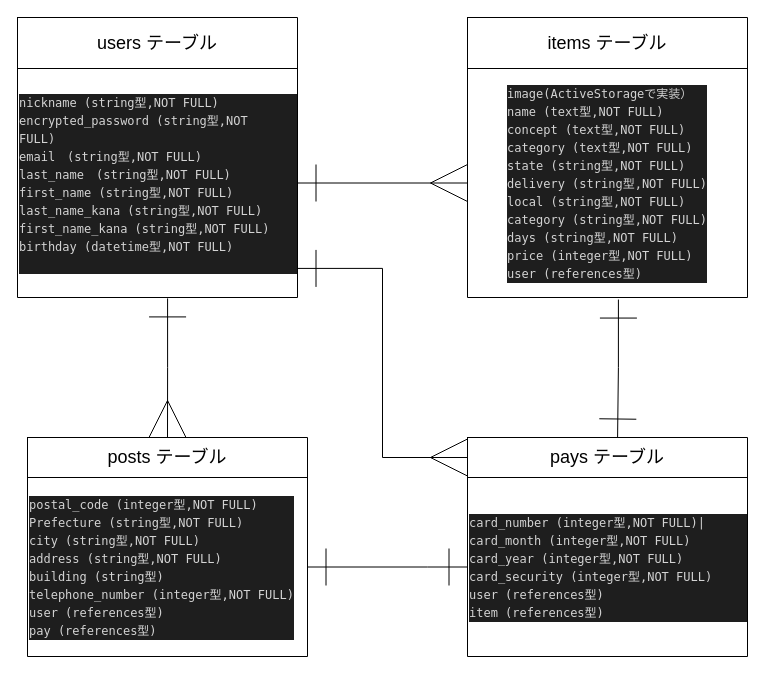
Earlier version of the draw.io diagram er.dio (pararan765/furima-36408). Source tidied: cells renumbered, new cells numbered last; positions are measured from the earlier drawing's top-left corner, leaving out a move shared by most shapes. Both pictures are drawn from the tidied source at 100%, with x=0, y=0 at pixel (17, 17).
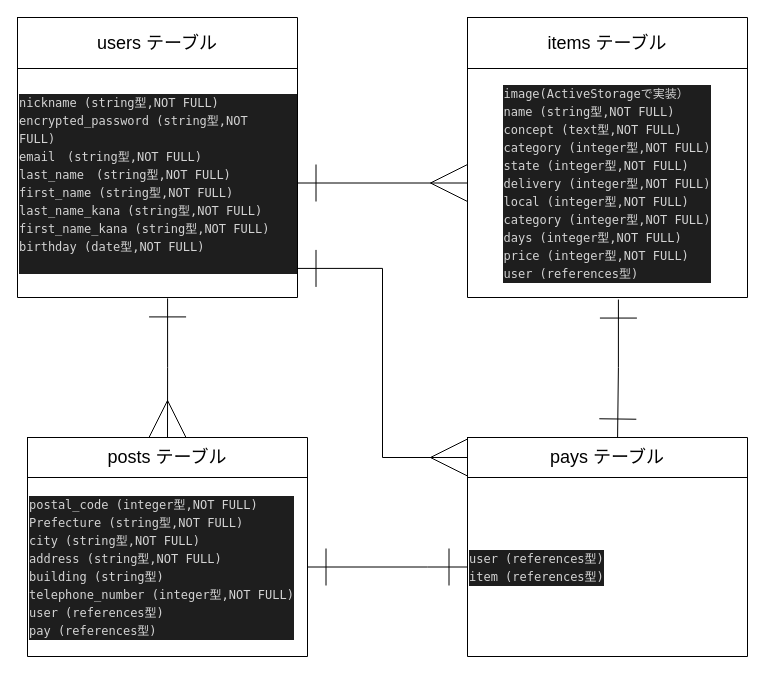
The same page after the edit.

Unchanged cells that the change refers to:
```xml
<mxCell id="5" style="shape=partialRectangle;fillColor=none;top=0;left=0;bottom=0;right=0;points=[[0,0.5],[1,0.5]];portConstraint=eastwest;" parent="2" vertex="1">
  <mxGeometry y="51" width="280" height="229" as="geometry" />
</mxCell>
<mxCell id="10" style="shape=partialRectangle;fillColor=none;top=0;left=0;bottom=0;right=0;points=[[0,0.5],[1,0.5]];portConstraint=eastwest;" parent="7" vertex="1">
  <mxGeometry y="51" width="280" height="229" as="geometry" />
</mxCell>
<mxCell id="15" style="shape=partialRectangle;fillColor=none;top=0;left=0;bottom=0;right=0;points=[[0,0.5],[1,0.5]];portConstraint=eastwest;" parent="12" vertex="1">
  <mxGeometry y="40" width="280" height="179" as="geometry" />
</mxCell>
```

The edit, as a diff of the source:
```diff
@@
-    <mxCell id="6" value="&lt;div style=&quot;color: rgb(212 , 212 , 212) ; background-color: rgb(30 , 30 , 30) ; font-family: &amp;#34;menlo&amp;#34; , &amp;#34;monaco&amp;#34; , &amp;#34;courier new&amp;#34; , monospace ; line-height: 18px&quot;&gt;&lt;div&gt;nickname (string型,NOT FULL)&lt;/div&gt;&lt;div&gt;encrypted_password (string型,NOT FULL)&amp;nbsp;&lt;/div&gt;&lt;div&gt;email　(string型,NOT FULL)&amp;nbsp;&lt;/div&gt;&lt;div&gt;last_name　(string型,NOT FULL)&lt;/div&gt;&lt;div&gt;first_name (string型,NOT FULL)&lt;/div&gt;&lt;div&gt;last_name_kana (string型,NOT FULL)&lt;/div&gt;&lt;div&gt;first_name_kana (string型,NOT FULL)&lt;/div&gt;&lt;div&gt;birthday (&lt;span style=&quot;font-family: &amp;#34;menlo&amp;#34; , &amp;#34;monaco&amp;#34; , &amp;#34;courier new&amp;#34; , monospace&quot;&gt;datetime&lt;/span&gt;型,NOT FULL)&lt;br&gt;&lt;/div&gt;&lt;br&gt;&lt;/div&gt;" style="shape=partialRectangle;html=1;whiteSpace=wrap;overflow=hidden;fillColor=none;top=0;left=0;bottom=0;right=0;align=left;" parent="5" vertex="1">
+    <mxCell id="6" value="&lt;div style=&quot;color: rgb(212 , 212 , 212) ; background-color: rgb(30 , 30 , 30) ; font-family: &amp;#34;menlo&amp;#34; , &amp;#34;monaco&amp;#34; , &amp;#34;courier new&amp;#34; , monospace ; line-height: 18px&quot;&gt;&lt;div&gt;nickname (string型,NOT FULL)&lt;/div&gt;&lt;div&gt;encrypted_password (string型,NOT FULL)&amp;nbsp;&lt;/div&gt;&lt;div&gt;email　(string型,NOT FULL)&amp;nbsp;&lt;/div&gt;&lt;div&gt;last_name　(string型,NOT FULL)&lt;/div&gt;&lt;div&gt;first_name (string型,NOT FULL)&lt;/div&gt;&lt;div&gt;last_name_kana (string型,NOT FULL)&lt;/div&gt;&lt;div&gt;first_name_kana (string型,NOT FULL)&lt;/div&gt;&lt;div&gt;birthday (&lt;span style=&quot;font-family: &amp;#34;menlo&amp;#34; , &amp;#34;monaco&amp;#34; , &amp;#34;courier new&amp;#34; , monospace&quot;&gt;date&lt;/span&gt;型,NOT FULL)&lt;br&gt;&lt;/div&gt;&lt;br&gt;&lt;/div&gt;" style="shape=partialRectangle;html=1;whiteSpace=wrap;overflow=hidden;fillColor=none;top=0;left=0;bottom=0;right=0;align=left;" parent="5" vertex="1">
       <mxGeometry width="280" height="229" as="geometry" />
     </mxCell>
@@
-    <mxCell id="11" value="&lt;div style=&quot;color: rgb(212 , 212 , 212) ; background-color: rgb(30 , 30 , 30) ; font-family: &amp;#34;menlo&amp;#34; , &amp;#34;monaco&amp;#34; , &amp;#34;courier new&amp;#34; , monospace ; line-height: 18px&quot;&gt;&lt;div style=&quot;font-family: &amp;#34;menlo&amp;#34; , &amp;#34;monaco&amp;#34; , &amp;#34;courier new&amp;#34; , monospace ; line-height: 18px&quot;&gt;&lt;div style=&quot;font-family: &amp;#34;menlo&amp;#34; , &amp;#34;monaco&amp;#34; , &amp;#34;courier new&amp;#34; , monospace ; line-height: 18px&quot;&gt;&lt;div style=&quot;text-align: left&quot;&gt;image(ActiveStorageで実装）&lt;/div&gt;&lt;div style=&quot;text-align: left&quot;&gt;name (text型,NOT FULL)&lt;/div&gt;&lt;div style=&quot;text-align: left&quot;&gt;concept (text型,NOT FULL)&lt;/div&gt;&lt;div style=&quot;text-align: left&quot;&gt;category (text型,NOT FULL)&lt;/div&gt;&lt;div style=&quot;text-align: left&quot;&gt;state (string型,NOT FULL)&lt;/div&gt;&lt;div style=&quot;text-align: left&quot;&gt;delivery (string型,NOT FULL)&lt;/div&gt;&lt;div style=&quot;text-align: left&quot;&gt;local (string型,NOT FULL)&lt;/div&gt;&lt;div style=&quot;text-align: left&quot;&gt;category (string型,NOT FULL)&lt;/div&gt;&lt;div style=&quot;text-align: left&quot;&gt;days (string型,NOT FULL)&lt;/div&gt;&lt;div style=&quot;text-align: left&quot;&gt;price (integer型,NOT FULL)&lt;/div&gt;&lt;div style=&quot;text-align: left&quot;&gt;user (references型)&lt;br&gt;&lt;/div&gt;&lt;/div&gt;&lt;/div&gt;&lt;/div&gt;" style="shape=partialRectangle;html=1;whiteSpace=wrap;overflow=hidden;fillColor=none;top=0;left=0;bottom=0;right=0;" parent="10" vertex="1">
+    <mxCell id="11" value="&lt;div style=&quot;color: rgb(212 , 212 , 212) ; background-color: rgb(30 , 30 , 30) ; font-family: &amp;#34;menlo&amp;#34; , &amp;#34;monaco&amp;#34; , &amp;#34;courier new&amp;#34; , monospace ; line-height: 18px&quot;&gt;&lt;div style=&quot;font-family: &amp;#34;menlo&amp;#34; , &amp;#34;monaco&amp;#34; , &amp;#34;courier new&amp;#34; , monospace ; line-height: 18px&quot;&gt;&lt;div style=&quot;font-family: &amp;#34;menlo&amp;#34; , &amp;#34;monaco&amp;#34; , &amp;#34;courier new&amp;#34; , monospace ; line-height: 18px&quot;&gt;&lt;div style=&quot;text-align: left&quot;&gt;image(ActiveStorageで実装）&lt;/div&gt;&lt;div style=&quot;text-align: left&quot;&gt;name (string型,NOT FULL)&lt;/div&gt;&lt;div style=&quot;text-align: left&quot;&gt;concept (text型,NOT FULL)&lt;/div&gt;&lt;div style=&quot;text-align: left&quot;&gt;category (integer型,NOT FULL)&lt;/div&gt;&lt;div style=&quot;text-align: left&quot;&gt;state (integer型,NOT FULL)&lt;/div&gt;&lt;div style=&quot;text-align: left&quot;&gt;delivery (integer型,NOT FULL)&lt;/div&gt;&lt;div style=&quot;text-align: left&quot;&gt;local (integer型,NOT FULL)&lt;/div&gt;&lt;div style=&quot;text-align: left&quot;&gt;category (integer型,NOT FULL)&lt;/div&gt;&lt;div style=&quot;text-align: left&quot;&gt;days (integer型,NOT FULL)&lt;/div&gt;&lt;div style=&quot;text-align: left&quot;&gt;price (integer型,NOT FULL)&lt;/div&gt;&lt;div style=&quot;text-align: left&quot;&gt;user (references型)&lt;br&gt;&lt;/div&gt;&lt;/div&gt;&lt;/div&gt;&lt;/div&gt;" style="shape=partialRectangle;html=1;whiteSpace=wrap;overflow=hidden;fillColor=none;top=0;left=0;bottom=0;right=0;" parent="10" vertex="1">
       <mxGeometry width="280" height="229" as="geometry" />
     </mxCell>
@@
-    <mxCell id="16" value="&lt;div style=&quot;color: rgb(212 , 212 , 212) ; background-color: rgb(30 , 30 , 30) ; font-family: &amp;#34;menlo&amp;#34; , &amp;#34;monaco&amp;#34; , &amp;#34;courier new&amp;#34; , monospace ; line-height: 18px&quot;&gt;&lt;div style=&quot;font-family: &amp;#34;menlo&amp;#34; , &amp;#34;monaco&amp;#34; , &amp;#34;courier new&amp;#34; , monospace ; line-height: 18px&quot;&gt;&lt;div&gt;card_number (integer型,NOT FULL)| card_month (integer型,NOT FULL)&lt;/div&gt;&lt;div&gt;card_year (integer型,NOT FULL)&lt;/div&gt;&lt;div&gt;card_security (integer型,NOT FULL)&lt;/div&gt;&lt;div&gt;user (references型)&lt;/div&gt;&lt;div&gt;item (references型)&lt;/div&gt;&lt;/div&gt;&lt;/div&gt;" style="shape=partialRectangle;html=1;whiteSpace=wrap;overflow=hidden;fillColor=none;top=0;left=0;bottom=0;right=0;align=left;" parent="15" vertex="1">
+    <mxCell id="16" value="&lt;div style=&quot;color: rgb(212 , 212 , 212) ; background-color: rgb(30 , 30 , 30) ; font-family: &amp;#34;menlo&amp;#34; , &amp;#34;monaco&amp;#34; , &amp;#34;courier new&amp;#34; , monospace ; line-height: 18px&quot;&gt;&lt;div style=&quot;font-family: &amp;#34;menlo&amp;#34; , &amp;#34;monaco&amp;#34; , &amp;#34;courier new&amp;#34; , monospace ; line-height: 18px&quot;&gt;&lt;div&gt;user (references型)&lt;br&gt;&lt;/div&gt;&lt;div&gt;item (references型)&lt;/div&gt;&lt;/div&gt;&lt;/div&gt;" style="shape=partialRectangle;html=1;whiteSpace=wrap;overflow=hidden;fillColor=none;top=0;left=0;bottom=0;right=0;align=left;" parent="15" vertex="1">
       <mxGeometry width="280" height="179" as="geometry" />
     </mxCell>
```
